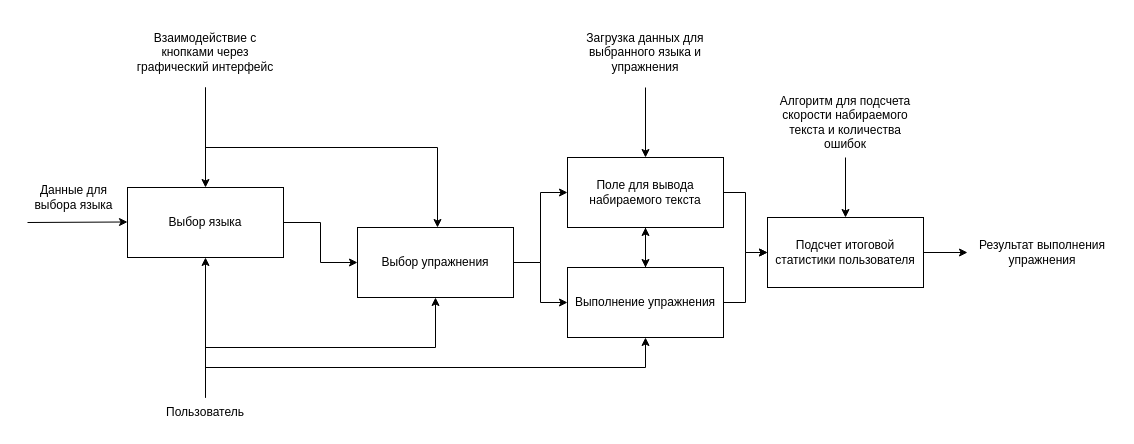
This is page "Страница — 3" (3 of 3) of Диаграммы.drawio from cans1z/Keyboard-trainer, a draw.io file, before an edit. Source tidied: cells renumbered, new cells numbered last; positions are measured from the earlier drawing's top-left corner, leaving out a move shared by most shapes. Both pictures are drawn from the tidied source at 100%, with x=0, y=0 at pixel (17, 17).
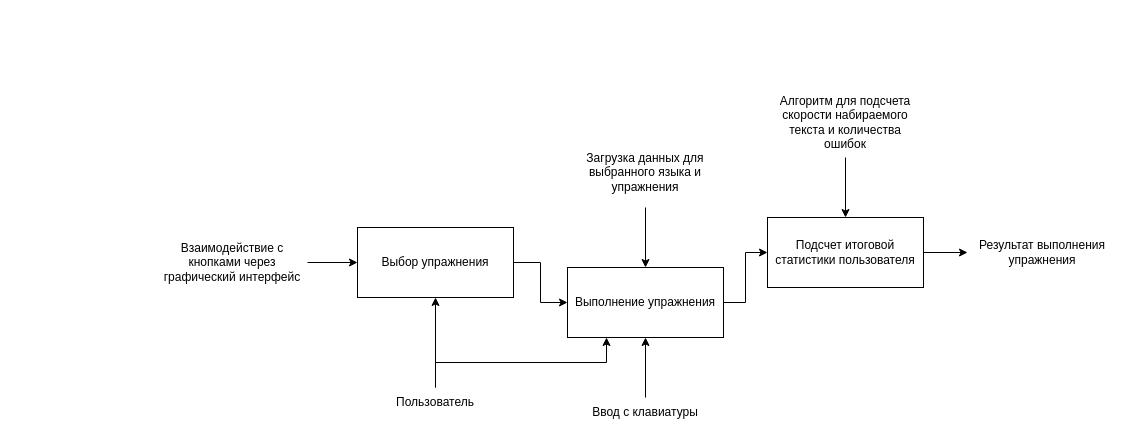
The same diagram, later.

Unchanged cells that the change refers to:
```xml
<mxCell id="14" value="Выбор упражнения" style="rounded=0;whiteSpace=wrap;html=1;" parent="1" vertex="1">
  <mxGeometry x="340" y="210" width="156" height="70" as="geometry" />
</mxCell>
<mxCell id="17" value="Выполнение упражнения" style="rounded=0;whiteSpace=wrap;html=1;" parent="1" vertex="1">
  <mxGeometry x="550" y="250" width="156" height="70" as="geometry" />
</mxCell>
<mxCell id="22" value="Подсчет итоговой статистики пользователя" style="rounded=0;whiteSpace=wrap;html=1;" parent="1" vertex="1">
  <mxGeometry x="750" y="200" width="156" height="70" as="geometry" />
</mxCell>
```

The edit, as a diff of the source:
```diff
@@
-    <mxCell id="2" style="edgeStyle=orthogonalEdgeStyle;rounded=0;jettySize=auto;html=1;exitX=1;exitY=0.5;exitDx=0;exitDy=0;entryX=0;entryY=0.5;entryDx=0;entryDy=0;" parent="1" edge="1" source="3" target="14">
-      <mxGeometry relative="1" as="geometry" />
-    </mxCell>
-    <mxCell id="3" value="Выбор языка" style="rounded=0;whiteSpace=wrap;html=1;" parent="1" vertex="1">
-      <mxGeometry x="110" y="170" width="156" height="70" as="geometry" />
-    </mxCell>
-    <mxCell id="4" style="endArrow=classic;html=1;rounded=0;" parent="1" edge="1">
-      <mxGeometry relative="1" as="geometry">
-        <mxPoint x="10" y="205" as="sourcePoint" />
-        <mxPoint x="110" y="204.5" as="targetPoint" />
-      </mxGeometry>
-    </mxCell>
-    <mxCell id="5" style="edgeStyle=orthogonalEdgeStyle;rounded=0;jettySize=auto;html=1;exitX=0.5;exitY=0;exitDx=0;exitDy=0;entryX=0.5;entryY=1;entryDx=0;entryDy=0;" parent="1" edge="1" source="8" target="3">
-      <mxGeometry relative="1" as="geometry" />
-    </mxCell>
+    <mxCell id="7" style="edgeStyle=orthogonalEdgeStyle;rounded=0;jettySize=auto;html=1;exitX=0.5;exitY=0;exitDx=0;exitDy=0;" parent="1" edge="1" source="8" target="14">
+      <mxGeometry relative="1" as="geometry" />
+    </mxCell>
-    <mxCell id="6" style="edgeStyle=orthogonalEdgeStyle;rounded=0;jettySize=auto;html=1;exitX=0.5;exitY=0;exitDx=0;exitDy=0;entryX=0.5;entryY=1;entryDx=0;entryDy=0;" parent="1" edge="1" source="8" target="17">
+    <mxCell id="6" style="edgeStyle=orthogonalEdgeStyle;rounded=0;jettySize=auto;html=1;exitX=0.5;exitY=0;exitDx=0;exitDy=0;entryX=0.25;entryY=1;entryDx=0;entryDy=0;" parent="1" edge="1" source="8" target="17">
       <mxGeometry relative="1" as="geometry" />
     </mxCell>
-    <mxCell id="7" style="edgeStyle=orthogonalEdgeStyle;rounded=0;jettySize=auto;html=1;exitX=0.5;exitY=0;exitDx=0;exitDy=0;" parent="1" edge="1" source="8" target="14">
-      <mxGeometry relative="1" as="geometry" />
-    </mxCell>
     <mxCell id="8" value="Пользователь" style="text;html=1;align=center;verticalAlign=middle;whiteSpace=wrap;rounded=0;" parent="1" vertex="1">
-      <mxGeometry x="133" y="380" width="110" height="30" as="geometry" />
+      <mxGeometry x="363" y="370" width="110" height="30" as="geometry" />
     </mxCell>
-    <mxCell id="9" style="edgeStyle=orthogonalEdgeStyle;rounded=0;jettySize=auto;html=1;exitX=0.5;exitY=1;exitDx=0;exitDy=0;entryX=0.5;entryY=0;entryDx=0;entryDy=0;" parent="1" edge="1" source="11" target="3">
-      <mxGeometry relative="1" as="geometry" />
-    </mxCell>
-    <mxCell id="10" style="edgeStyle=orthogonalEdgeStyle;rounded=0;jettySize=auto;html=1;exitX=0.5;exitY=1;exitDx=0;exitDy=0;" parent="1" edge="1" source="11" target="14">
-      <mxGeometry relative="1" as="geometry">
-        <Array as="points">
-          <mxPoint x="188" y="130" />
-          <mxPoint x="420" y="130" />
-        </Array>
-      </mxGeometry>
+    <mxCell id="10" style="edgeStyle=orthogonalEdgeStyle;rounded=0;jettySize=auto;html=1;exitX=1;exitY=0.5;exitDx=0;exitDy=0;entryX=0;entryY=0.5;entryDx=0;entryDy=0;" parent="1" edge="1" source="11" target="14">
+      <mxGeometry relative="1" as="geometry" />
     </mxCell>
     <mxCell id="11" value="Взаимодействие с кнопками через графический интерфейс" style="text;html=1;align=center;verticalAlign=middle;whiteSpace=wrap;rounded=0;" parent="1" vertex="1">
-      <mxGeometry x="113" width="150" height="70" as="geometry" />
+      <mxGeometry x="140" y="210" width="150" height="70" as="geometry" />
     </mxCell>
@@
-    <mxCell id="13" style="edgeStyle=orthogonalEdgeStyle;rounded=0;jettySize=auto;html=1;exitX=1;exitY=0.5;exitDx=0;exitDy=0;entryX=0;entryY=0.5;entryDx=0;entryDy=0;" parent="1" edge="1" source="14" target="20">
-      <mxGeometry relative="1" as="geometry" />
-    </mxCell>
@@
-    <mxCell id="16" style="edgeStyle=orthogonalEdgeStyle;rounded=0;jettySize=auto;html=1;exitX=0.5;exitY=0;exitDx=0;exitDy=0;" parent="1" edge="1" source="17" target="20">
-      <mxGeometry relative="1" as="geometry" />
-    </mxCell>
@@
-    <mxCell id="18" style="edgeStyle=orthogonalEdgeStyle;rounded=0;jettySize=auto;html=1;exitX=0.5;exitY=1;exitDx=0;exitDy=0;entryX=0.5;entryY=0;entryDx=0;entryDy=0;" parent="1" edge="1" source="20" target="17">
-      <mxGeometry relative="1" as="geometry" />
-    </mxCell>
-    <mxCell id="19" style="edgeStyle=orthogonalEdgeStyle;rounded=0;jettySize=auto;html=1;exitX=1;exitY=0.5;exitDx=0;exitDy=0;entryX=0;entryY=0.5;entryDx=0;entryDy=0;" parent="1" edge="1" source="20" target="22">
-      <mxGeometry relative="1" as="geometry" />
-    </mxCell>
-    <mxCell id="20" value="Поле для вывода набираемого текста" style="rounded=0;whiteSpace=wrap;html=1;" parent="1" vertex="1">
-      <mxGeometry x="550" y="140" width="156" height="70" as="geometry" />
-    </mxCell>
@@
-    <mxCell id="23" style="edgeStyle=orthogonalEdgeStyle;rounded=0;jettySize=auto;html=1;exitX=0.5;exitY=1;exitDx=0;exitDy=0;" parent="1" edge="1" source="24" target="20">
+    <mxCell id="23" style="edgeStyle=orthogonalEdgeStyle;rounded=0;jettySize=auto;html=1;exitX=0.5;exitY=1;exitDx=0;exitDy=0;" parent="1" edge="1" source="24" target="17">
       <mxGeometry relative="1" as="geometry" />
     </mxCell>
     <mxCell id="24" value="Загрузка данных для выбранного языка и упражнения" style="text;html=1;align=center;verticalAlign=middle;whiteSpace=wrap;rounded=0;" parent="1" vertex="1">
-      <mxGeometry x="553" width="150" height="70" as="geometry" />
+      <mxGeometry x="553" y="120" width="150" height="70" as="geometry" />
     </mxCell>
@@
-    <mxCell id="28" value="Данные для выбора языка" style="text;html=1;align=center;verticalAlign=middle;whiteSpace=wrap;rounded=0;" parent="1" vertex="1">
-      <mxGeometry y="160" width="113" height="40" as="geometry" />
-    </mxCell>
+    <mxCell id="29" style="edgeStyle=orthogonalEdgeStyle;rounded=0;jettySize=auto;html=1;exitX=0.5;exitY=0;exitDx=0;exitDy=0;" parent="1" edge="1" source="30" target="17">
+      <mxGeometry relative="1" as="geometry" />
+    </mxCell>
+    <mxCell id="30" value="Ввод с клавиатуры" style="text;html=1;align=center;verticalAlign=middle;whiteSpace=wrap;rounded=0;" parent="1" vertex="1">
+      <mxGeometry x="573" y="380" width="110" height="30" as="geometry" />
+    </mxCell>
```
